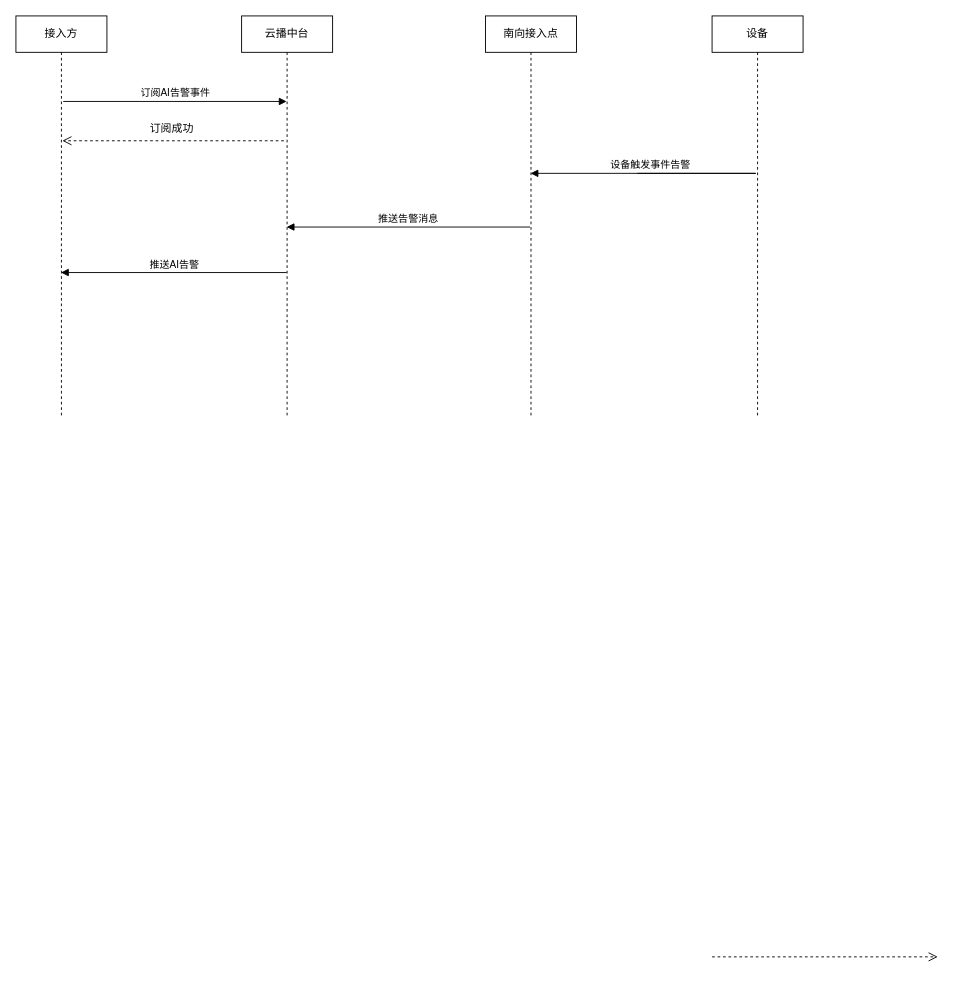
HughRudolf/Drawio keeps this draw.io diagram as page "第 4 页" (4 of 4) of 未命名绘图5555.drawio. Above is the earlier version. Source tidied: cells renumbered, new cells numbered last; positions are measured from the earlier drawing's top-left corner, leaving out a move shared by most shapes. Both pictures are drawn from the tidied source at 91%, with x=0, y=0 at pixel (15, 15).
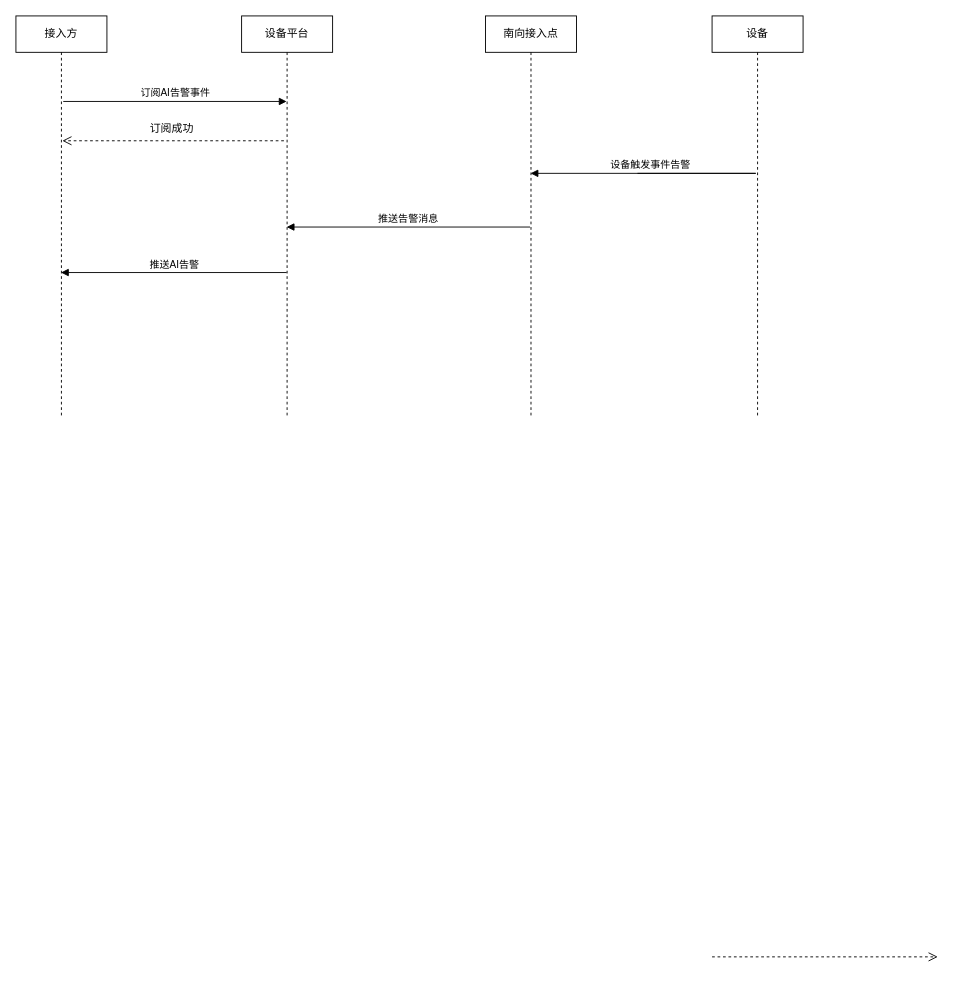
After the change.

What changed in the source:
```diff
@@
-    <mxCell id="4" value="云播中台" style="shape=umlLifeline;perimeter=lifelinePerimeter;whiteSpace=wrap;html=1;outlineConnect=0;" parent="1" vertex="1">
+    <mxCell id="4" value="设备平台" style="shape=umlLifeline;perimeter=lifelinePerimeter;whiteSpace=wrap;html=1;outlineConnect=0;" parent="1" vertex="1">
       <mxGeometry x="248" width="100" height="440" as="geometry" />
     </mxCell>
```
